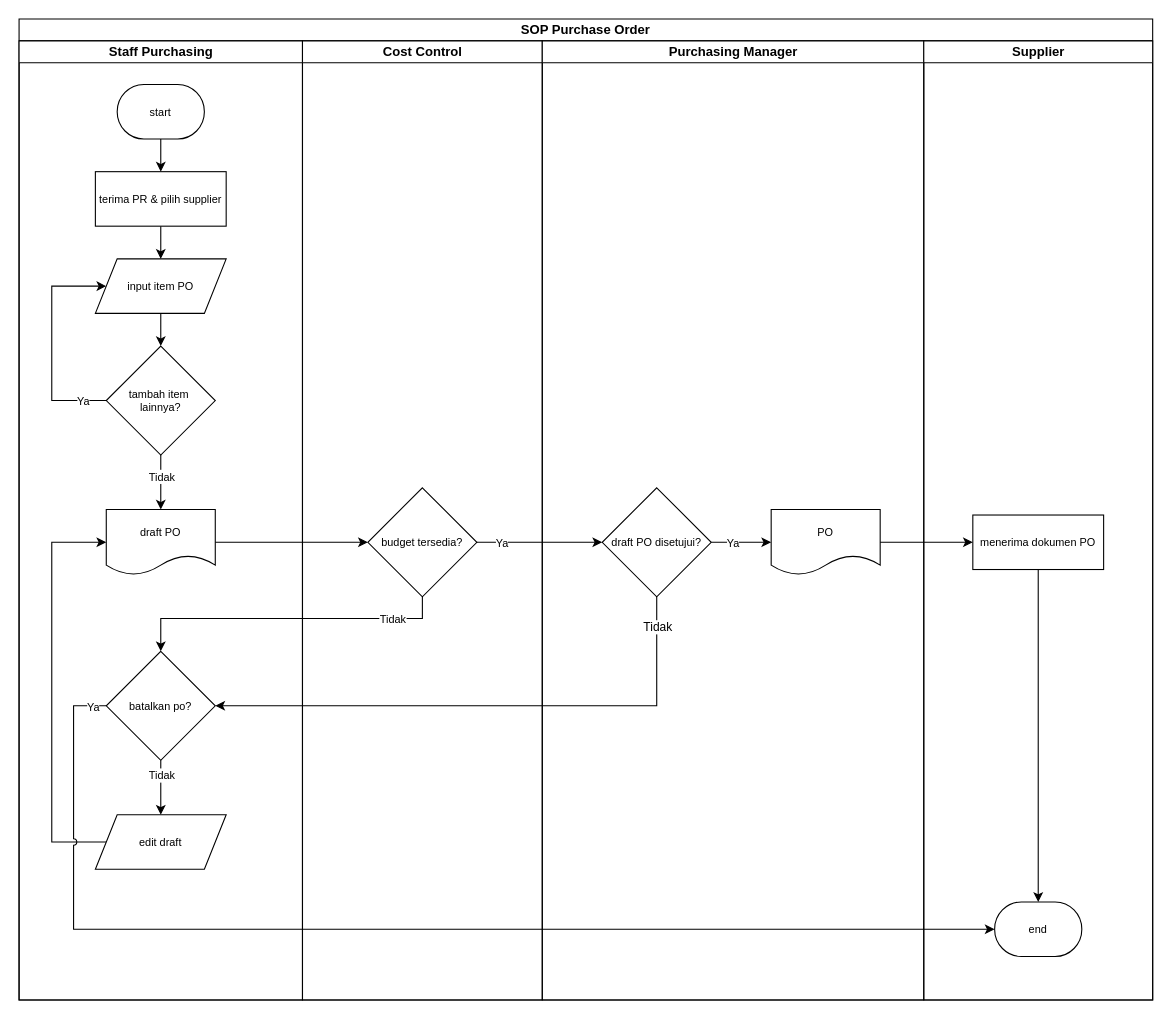
Before: page "SOP PO" (4 of 7) of UAS_ADSI.drawio in elikawicaksana/BuildIT_BasisData, a draw.io diagram. Source tidied: cells renumbered, new cells numbered last; positions are measured from the earlier drawing's top-left corner, leaving out a move shared by most shapes. Both pictures are drawn from the tidied source at 109%, with x=0, y=0 at pixel (19, 19).
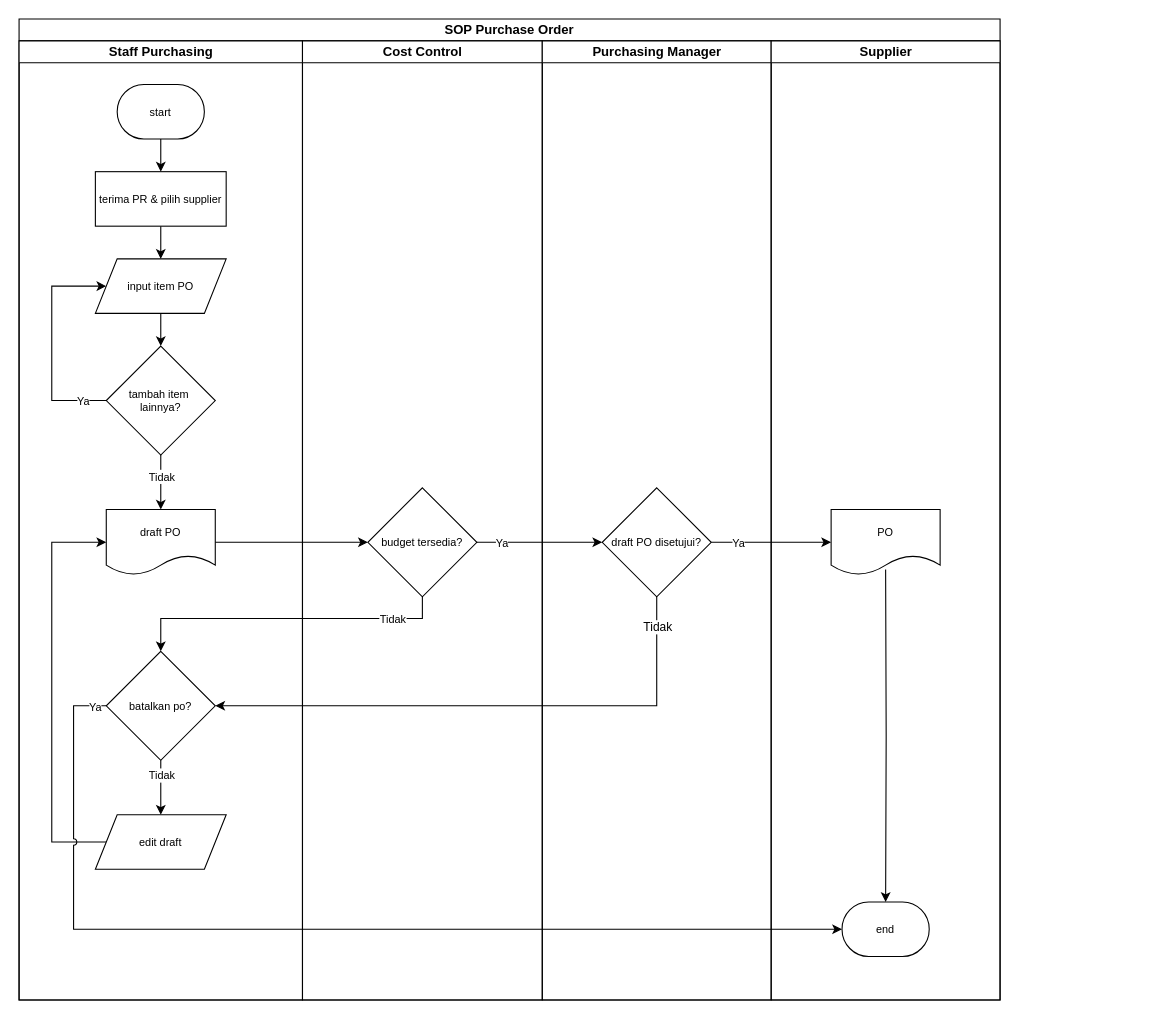
The same diagram, later.

The change refers to these unchanged cells:
```xml
<mxCell id="26" value="draft PO disetujui?" style="rhombus;whiteSpace=wrap;html=1;fontSize=10;" parent="23" vertex="1">
  <mxGeometry x="55" y="410" width="100" height="100" as="geometry" />
</mxCell>
<mxCell id="29" value="end" style="strokeWidth=1;html=1;shape=mxgraph.flowchart.terminator;whiteSpace=wrap;fontSize=10;align=center;horizontal=1;spacing=0;" parent="28" vertex="1">
  <mxGeometry x="65" y="790" width="80" height="50" as="geometry" />
</mxCell>
```

Diff of the diagram source:
```diff
@@
     <mxCell id="2" value="SOP Purchase Order" style="swimlane;html=1;startSize=20;whiteSpace=wrap;" parent="1" vertex="1">
-      <mxGeometry width="1040" height="900" as="geometry" />
+      <mxGeometry width="900" height="900" as="geometry" />
     </mxCell>
@@
     <mxCell id="23" value="Purchasing Manager" style="swimlane;html=1;startSize=20;" parent="2" vertex="1">
-      <mxGeometry x="480" y="20" width="350" height="880" as="geometry" />
+      <mxGeometry x="480" y="20" width="210" height="880" as="geometry" />
     </mxCell>
-    <mxCell id="24" style="edgeStyle=orthogonalEdgeStyle;rounded=0;jettySize=auto;html=1;entryX=0;entryY=0.5;entryDx=0;entryDy=0;exitX=1;exitY=0.5;exitDx=0;exitDy=0;" parent="23" edge="1" source="26" target="27">
-      <mxGeometry relative="1" as="geometry" />
-    </mxCell>
-    <mxCell id="25" value="&lt;font style=&quot;font-size: 10px;&quot;&gt;Ya&lt;/font&gt;" style="edgeLabel;html=1;align=center;verticalAlign=middle;" parent="24" vertex="1">
-      <mxGeometry x="-0.43" relative="1" as="geometry">
-        <mxPoint x="3" as="offset" />
-      </mxGeometry>
-    </mxCell>
@@
-    <mxCell id="27" value="&lt;font style=&quot;font-size: 10px;&quot;&gt;PO&lt;/font&gt;" style="shape=document;whiteSpace=wrap;html=1;boundedLbl=1;" parent="23" vertex="1">
-      <mxGeometry x="210" y="430" width="100" height="60" as="geometry" />
-    </mxCell>
     <mxCell id="28" value="Supplier" style="swimlane;html=1;startSize=20;" parent="2" vertex="1">
-      <mxGeometry x="830" y="20" width="210" height="880" as="geometry" />
+      <mxGeometry x="690" y="20" width="210" height="880" as="geometry" />
     </mxCell>
@@
-    <mxCell id="30" value="menerima dokumen PO" style="rounded=0;whiteSpace=wrap;html=1;absoluteArcSize=1;arcSize=7;strokeWidth=1;fontSize=10;" parent="28" vertex="1">
-      <mxGeometry x="45" y="435" width="120" height="50" as="geometry" />
-    </mxCell>
-    <mxCell id="31" style="edgeStyle=orthogonalEdgeStyle;rounded=0;jettySize=auto;html=1;entryX=0.5;entryY=0;entryDx=0;entryDy=0;entryPerimeter=0;" parent="28" edge="1" source="30" target="29">
-      <mxGeometry relative="1" as="geometry" />
+    <mxCell id="31" style="edgeStyle=orthogonalEdgeStyle;rounded=0;jettySize=auto;html=1;entryX=0.5;entryY=0;entryDx=0;entryDy=0;entryPerimeter=0;" parent="28" edge="1" target="29">
+      <mxGeometry relative="1" as="geometry">
+        <mxPoint x="105" y="485" as="sourcePoint" />
+      </mxGeometry>
     </mxCell>
+    <mxCell id="27" value="&lt;font style=&quot;font-size: 10px;&quot;&gt;PO&lt;/font&gt;" style="shape=document;whiteSpace=wrap;html=1;boundedLbl=1;" parent="28" vertex="1">
+      <mxGeometry x="55" y="430" width="100" height="60" as="geometry" />
+    </mxCell>
@@
-    <mxCell id="41" style="edgeStyle=orthogonalEdgeStyle;rounded=0;jettySize=auto;html=1;entryX=0;entryY=0.5;entryDx=0;entryDy=0;" parent="2" edge="1" source="27" target="30">
-      <mxGeometry relative="1" as="geometry" />
-    </mxCell>
+    <mxCell id="24" style="edgeStyle=orthogonalEdgeStyle;rounded=0;jettySize=auto;html=1;entryX=0;entryY=0.5;entryDx=0;entryDy=0;exitX=1;exitY=0.5;exitDx=0;exitDy=0;" parent="2" edge="1" source="26" target="27">
+      <mxGeometry relative="1" as="geometry" />
+    </mxCell>
+    <mxCell id="25" value="&lt;font style=&quot;font-size: 10px;&quot;&gt;Ya&lt;/font&gt;" style="edgeLabel;html=1;align=center;verticalAlign=middle;" parent="24" vertex="1">
+      <mxGeometry x="-0.43" relative="1" as="geometry">
+        <mxPoint x="-7" as="offset" />
+      </mxGeometry>
+    </mxCell>
```
